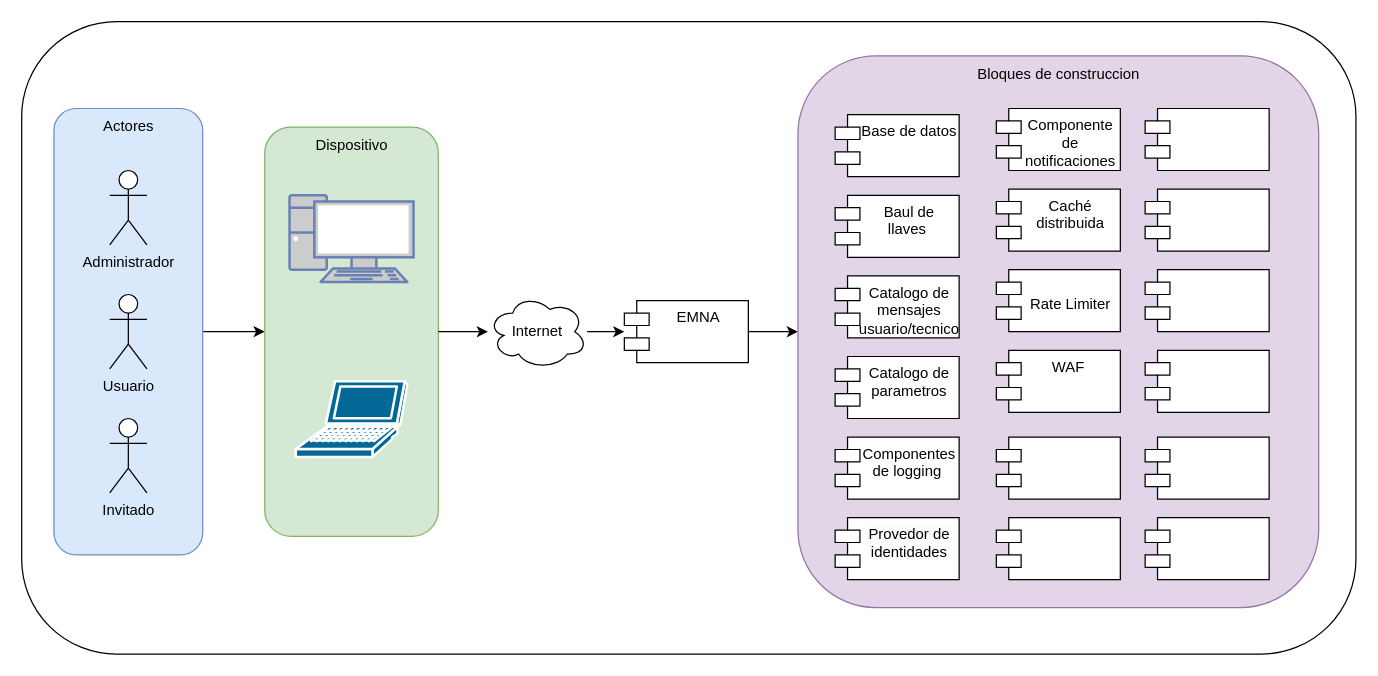
Above: page "ModeloContexto-ArquitecturaReferencia" (2 of 3) of ExtraClase/Modelo.drawio in shesho22/IS2 (draw.io), before the change. Source tidied: cells renumbered, new cells numbered last; positions are measured from the earlier drawing's top-left corner, leaving out a move shared by most shapes. Both pictures are drawn from the tidied source at 124%, with x=0, y=0 at pixel (21, 21).
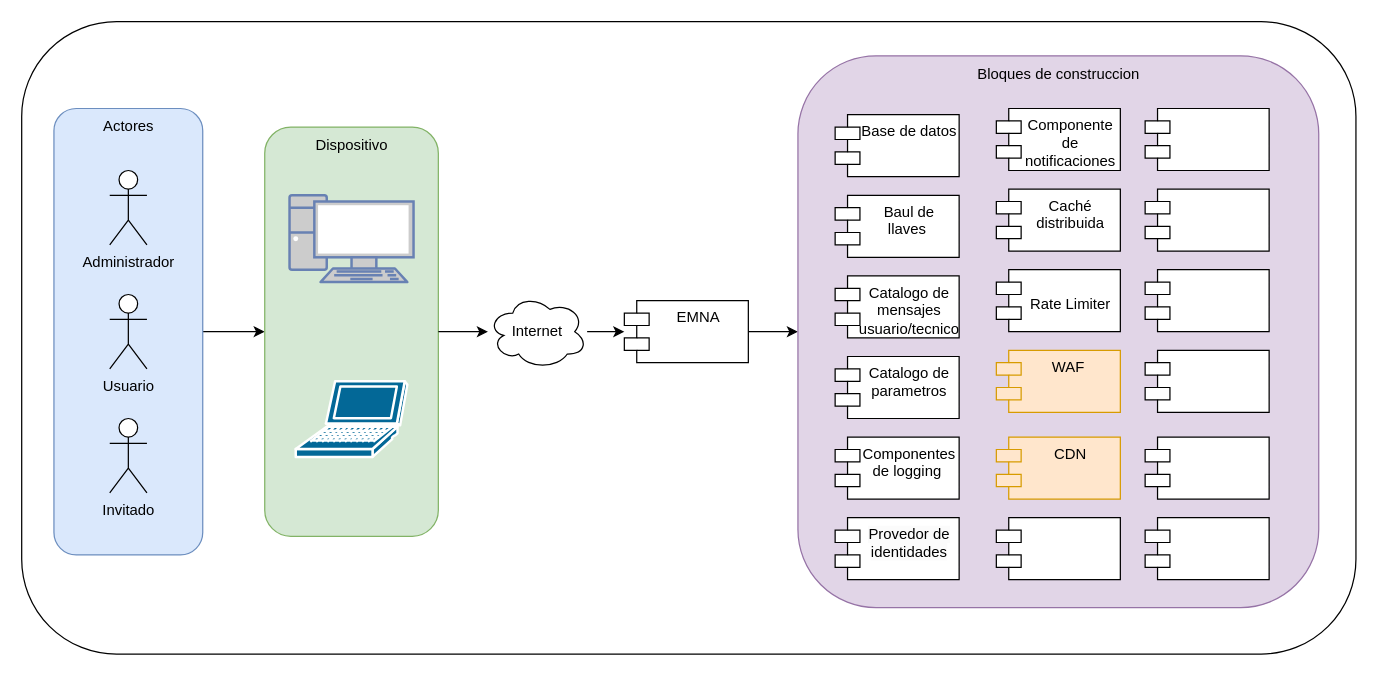
The same diagram, later.

What changed in the source:
```diff
@@
-    <mxCell id="28" value="WAF&amp;nbsp;" style="shape=module;align=left;spacingLeft=20;align=center;verticalAlign=top;whiteSpace=wrap;html=1;" parent="1" vertex="1">
+    <mxCell id="28" value="WAF&amp;nbsp;" style="shape=module;align=left;spacingLeft=20;align=center;verticalAlign=top;whiteSpace=wrap;html=1;fillColor=#ffe6cc;strokeColor=#d79b00;" parent="1" vertex="1">
       <mxGeometry x="786" y="265" width="100" height="50" as="geometry" />
     </mxCell>
-    <mxCell id="29" style="shape=module;align=left;spacingLeft=20;align=center;verticalAlign=top;whiteSpace=wrap;html=1;" parent="1" vertex="1">
+    <mxCell id="29" value="CDN" style="shape=module;align=left;spacingLeft=20;align=center;verticalAlign=top;whiteSpace=wrap;html=1;fillColor=#ffe6cc;strokeColor=#d79b00;" parent="1" vertex="1">
       <mxGeometry x="786" y="335" width="100" height="50" as="geometry" />
     </mxCell>
```
